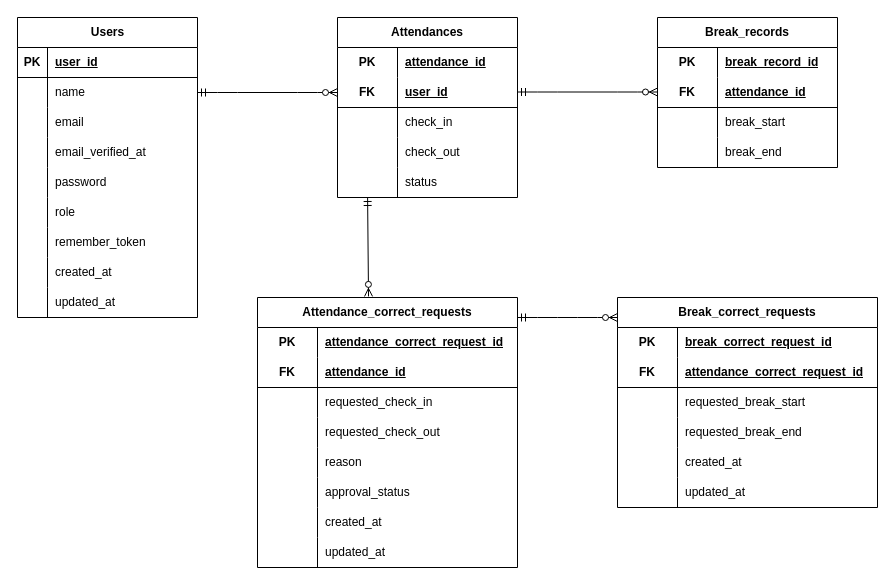
Before: docs/er/er_diagram.drawio in nae6/laravel-attendance-app, a draw.io diagram. Source tidied: cells renumbered, new cells numbered last; positions are measured from the earlier drawing's top-left corner, leaving out a move shared by most shapes. Both pictures are drawn from the tidied source at 100%, with x=0, y=0 at pixel (17, 17).
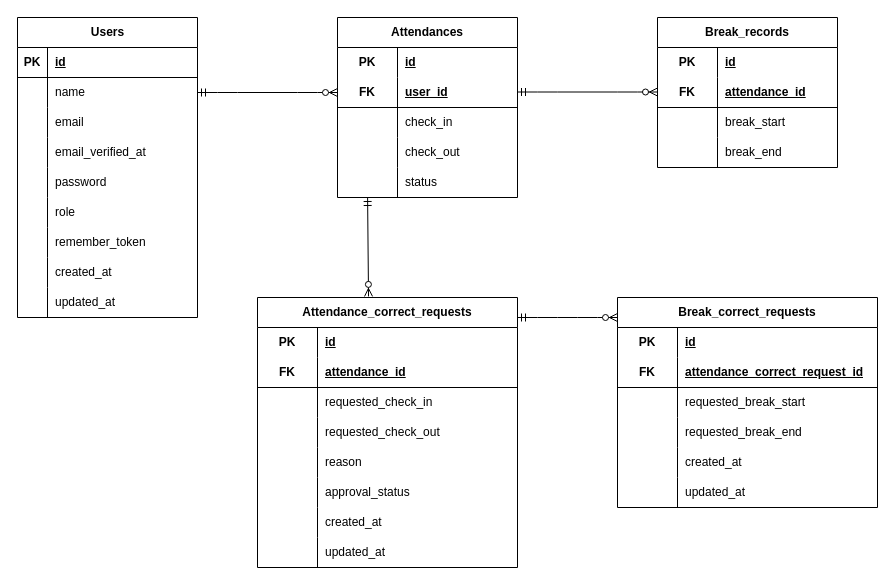
Above is the later version.

The change refers to these unchanged cells:
```xml
<mxCell id="3" style="shape=tableRow;horizontal=0;startSize=0;swimlaneHead=0;swimlaneBody=0;fillColor=none;top=0;left=0;right=0;bottom=0;html=1;" parent="2" vertex="1">
  <mxGeometry y="30" width="180" height="30" as="geometry" />
</mxCell>
<mxCell id="19" style="shape=tableRow;horizontal=0;startSize=0;swimlaneHead=0;swimlaneBody=0;fillColor=none;top=0;left=0;right=0;bottom=1;" parent="18" vertex="1">
  <mxGeometry y="30" width="180" height="30" as="geometry" />
</mxCell>
<mxCell id="47" style="shape=tableRow;horizontal=0;startSize=0;swimlaneHead=0;swimlaneBody=0;fillColor=none;top=0;left=0;right=0;bottom=0;html=1;" parent="46" vertex="1">
  <mxGeometry y="30" width="180" height="30" as="geometry" />
</mxCell>
<mxCell id="60" style="shape=tableRow;horizontal=0;startSize=0;swimlaneHead=0;swimlaneBody=0;fillColor=none;top=0;left=0;right=0;bottom=0;html=1;" parent="59" vertex="1">
  <mxGeometry y="30" width="260" height="30" as="geometry" />
</mxCell>
<mxCell id="85" style="shape=tableRow;horizontal=0;startSize=0;swimlaneHead=0;swimlaneBody=0;fillColor=none;top=0;left=0;right=0;bottom=0;html=1;" parent="84" vertex="1">
  <mxGeometry y="30" width="260" height="30" as="geometry" />
</mxCell>
```

The edit, as a diff of the source:
```diff
@@
-    <mxCell id="5" value="attendance_id" style="shape=partialRectangle;fillColor=none;top=0;left=0;bottom=0;right=0;align=left;spacingLeft=6;fontStyle=5;overflow=hidden;html=1;whiteSpace=wrap;" parent="3" vertex="1">
+    <mxCell id="5" value="id" style="shape=partialRectangle;fillColor=none;top=0;left=0;bottom=0;right=0;align=left;spacingLeft=6;fontStyle=5;overflow=hidden;html=1;whiteSpace=wrap;" parent="3" vertex="1">
       <mxGeometry x="60" width="120" height="30" as="geometry" />
     </mxCell>
@@
-    <mxCell id="21" value="user_id" style="shape=partialRectangle;fillColor=none;top=0;left=0;bottom=0;right=0;align=left;spacingLeft=6;fontStyle=5;overflow=hidden;whiteSpace=wrap;html=1;" parent="19" vertex="1">
+    <mxCell id="21" value="id" style="shape=partialRectangle;fillColor=none;top=0;left=0;bottom=0;right=0;align=left;spacingLeft=6;fontStyle=5;overflow=hidden;whiteSpace=wrap;html=1;" parent="19" vertex="1">
       <mxGeometry x="30" width="150" height="30" as="geometry" />
     </mxCell>
@@
-    <mxCell id="49" value="break_record_id" style="shape=partialRectangle;fillColor=none;top=0;left=0;bottom=0;right=0;align=left;spacingLeft=6;fontStyle=5;overflow=hidden;html=1;whiteSpace=wrap;" parent="47" vertex="1">
+    <mxCell id="49" value="id" style="shape=partialRectangle;fillColor=none;top=0;left=0;bottom=0;right=0;align=left;spacingLeft=6;fontStyle=5;overflow=hidden;html=1;whiteSpace=wrap;" parent="47" vertex="1">
       <mxGeometry x="60" width="120" height="30" as="geometry" />
     </mxCell>
@@
-    <mxCell id="62" value="attendance_correct_request_id" style="shape=partialRectangle;fillColor=none;top=0;left=0;bottom=0;right=0;align=left;spacingLeft=6;fontStyle=5;overflow=hidden;html=1;whiteSpace=wrap;" parent="60" vertex="1">
+    <mxCell id="62" value="id" style="shape=partialRectangle;fillColor=none;top=0;left=0;bottom=0;right=0;align=left;spacingLeft=6;fontStyle=5;overflow=hidden;html=1;whiteSpace=wrap;" parent="60" vertex="1">
       <mxGeometry x="60" width="200" height="30" as="geometry" />
     </mxCell>
@@
-    <mxCell id="87" value="break_correct_request_id" style="shape=partialRectangle;fillColor=none;top=0;left=0;bottom=0;right=0;align=left;spacingLeft=6;fontStyle=5;overflow=hidden;html=1;whiteSpace=wrap;" parent="85" vertex="1">
+    <mxCell id="87" value="id" style="shape=partialRectangle;fillColor=none;top=0;left=0;bottom=0;right=0;align=left;spacingLeft=6;fontStyle=5;overflow=hidden;html=1;whiteSpace=wrap;" parent="85" vertex="1">
       <mxGeometry x="60" width="200" height="30" as="geometry" />
     </mxCell>
```
